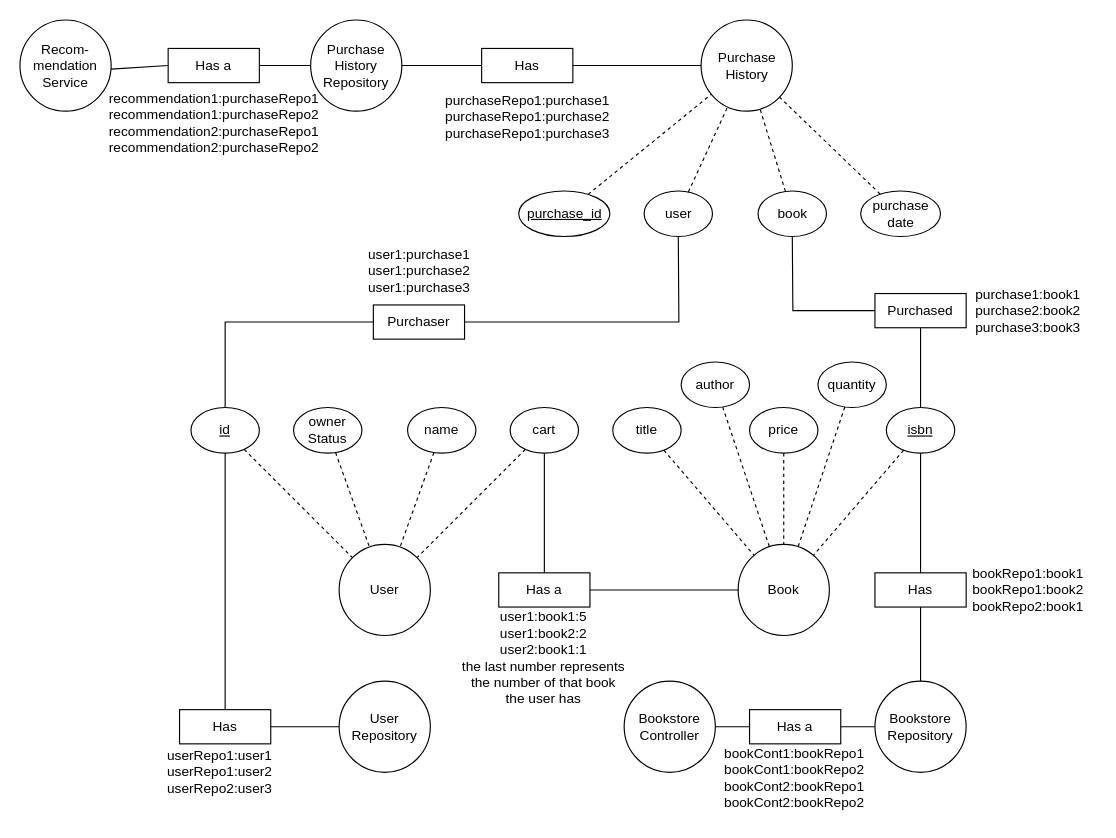
Before: page "ORM" (2 of 2) of diagrams/SYSC4806Project.drawio in FARHAN-MAHAMUD/SYSC-4806-Project, a draw.io diagram. Source tidied: cells renumbered, new cells numbered last; positions are measured from the earlier drawing's top-left corner, leaving out a move shared by most shapes. Both pictures are drawn from the tidied source at 114%, with x=0, y=0 at pixel (19, 19).
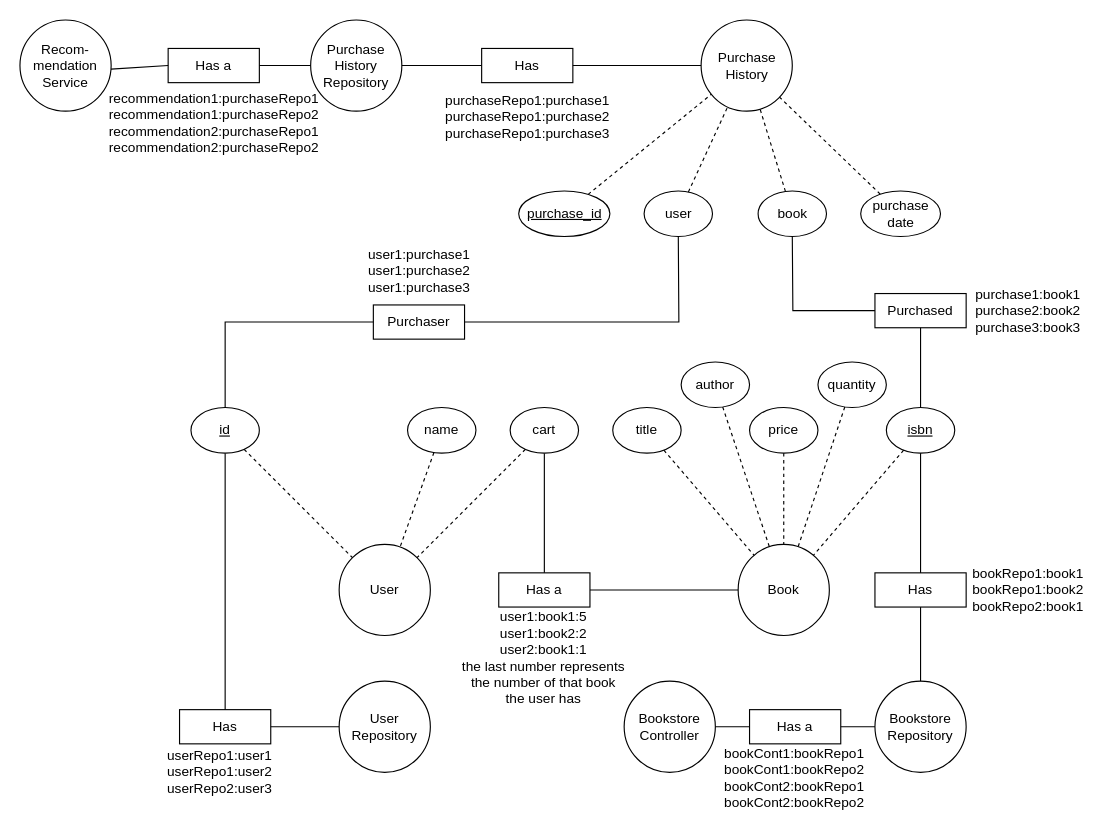
Above is the later version.

The change refers to these unchanged cells:
```xml
<mxCell id="3" value="User" style="ellipse;whiteSpace=wrap;html=1;" parent="1" vertex="1">
  <mxGeometry x="280" y="460" width="80" height="80" as="geometry" />
</mxCell>
```

Change to the diagram source:
```diff
@@
-    <mxCell id="31" value="owner&lt;br&gt;Status" style="ellipse;whiteSpace=wrap;html=1;" parent="1" vertex="1">
-      <mxGeometry x="240" y="340" width="60" height="40" as="geometry" />
-    </mxCell>
-    <mxCell id="32" style="endArrow=none;dashed=1;html=1;rounded=0;" parent="1" edge="1" source="31" target="3">
-      <mxGeometry relative="1" as="geometry" />
-    </mxCell>
```
